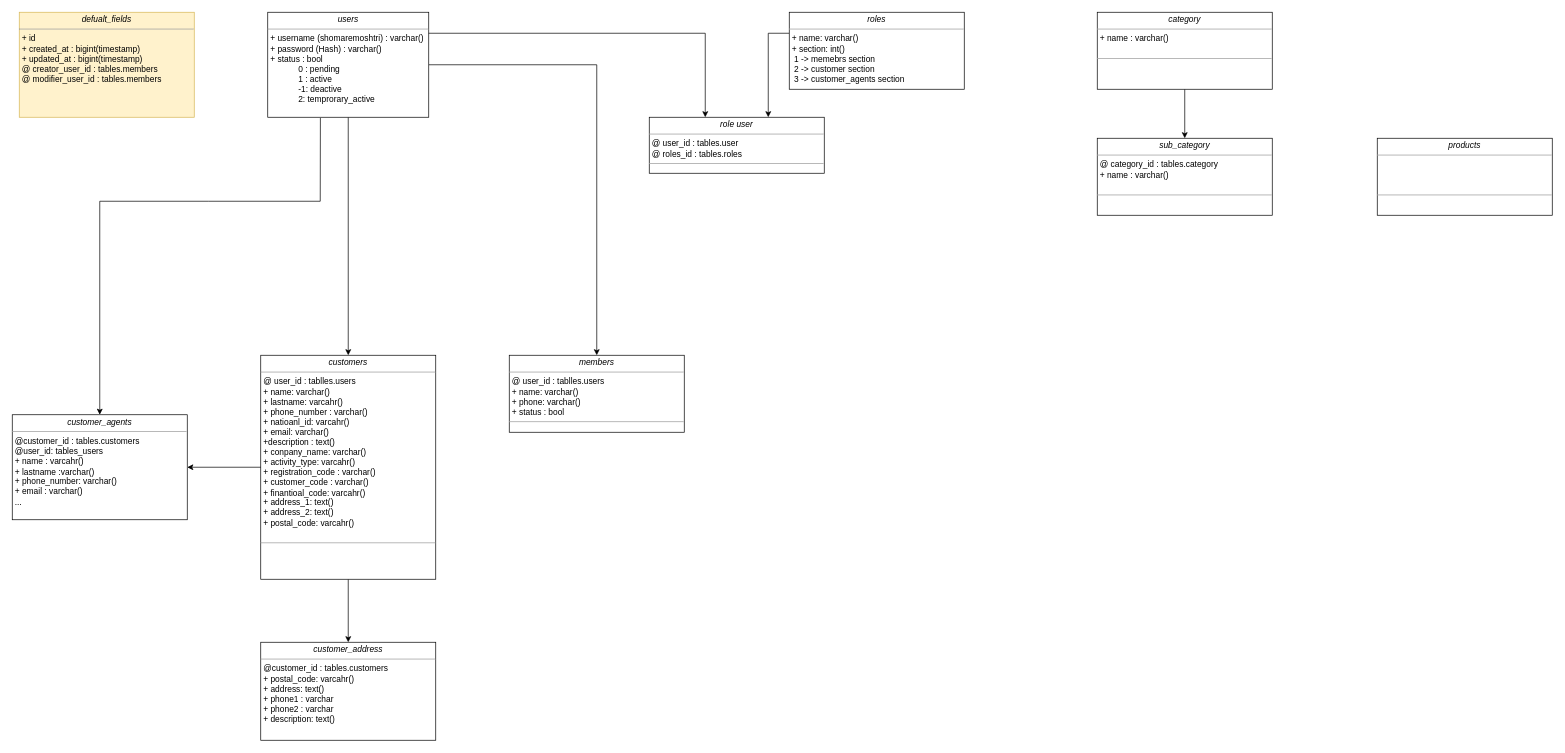
Earlier version of the draw.io diagram negarhak.drawio (MeysamRT76/negarhak-db-uml). Source tidied: cells renumbered, new cells numbered last; positions are measured from the earlier drawing's top-left corner, leaving out a move shared by most shapes. Both pictures are drawn from the tidied source at 70%, with x=0, y=0 at pixel (12, 12).
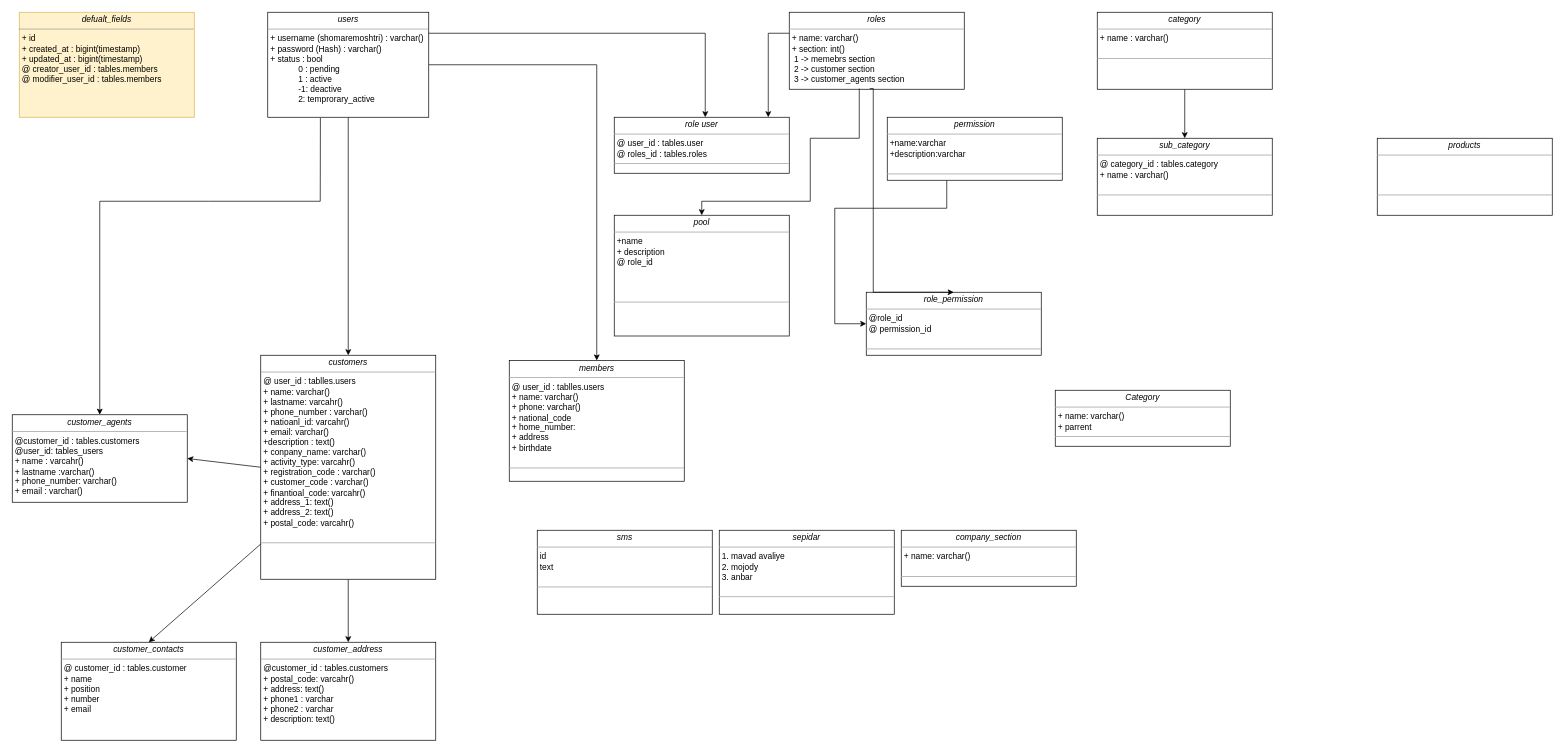
The same diagram, later.

Unchanged cells that the change refers to:
```xml
<mxCell id="8" value="&lt;p style=&quot;margin:0px;margin-top:4px;text-align:center;&quot;&gt;&lt;i&gt;roles&lt;/i&gt;&lt;/p&gt;&lt;hr size=&quot;1&quot;&gt;&lt;p style=&quot;margin:0px;margin-left:4px;&quot;&gt;&lt;span style=&quot;background-color: initial;&quot;&gt;+ name: varchar()&lt;/span&gt;&lt;/p&gt;&lt;p style=&quot;margin:0px;margin-left:4px;&quot;&gt;&lt;span style=&quot;background-color: initial;&quot;&gt;+ section: int()&lt;/span&gt;&lt;/p&gt;&lt;p style=&quot;margin:0px;margin-left:4px;&quot;&gt;&lt;span style=&quot;background-color: initial;&quot;&gt;&lt;span style=&quot;white-space: pre;&quot;&gt; &lt;/span&gt;1 -&amp;gt; memebrs section&lt;br&gt;&lt;/span&gt;&lt;/p&gt;&lt;p style=&quot;margin:0px;margin-left:4px;&quot;&gt;&lt;span style=&quot;background-color: initial;&quot;&gt;&lt;span style=&quot;white-space: pre;&quot;&gt; &lt;/span&gt;2 -&amp;gt; customer section&lt;br&gt;&lt;/span&gt;&lt;/p&gt;&lt;p style=&quot;margin:0px;margin-left:4px;&quot;&gt;&lt;span style=&quot;background-color: initial;&quot;&gt;&lt;span style=&quot;white-space: pre;&quot;&gt; &lt;/span&gt;3 -&amp;gt; customer_agents section&lt;br&gt;&lt;/span&gt;&lt;/p&gt;&lt;p style=&quot;margin:0px;margin-left:4px;&quot;&gt;&lt;br&gt;&lt;/p&gt;&lt;hr size=&quot;1&quot;&gt;&lt;p style=&quot;margin:0px;margin-left:4px;&quot;&gt;&lt;br&gt;&lt;/p&gt;" style="verticalAlign=top;align=left;overflow=fill;fontSize=12;fontFamily=Helvetica;html=1;rounded=0;shadow=0;comic=0;labelBackgroundColor=none;strokeWidth=1;" parent="1" vertex="1">
  <mxGeometry x="1110" width="250" height="110" as="geometry" />
</mxCell>
<mxCell id="11" value="&lt;p style=&quot;margin:0px;margin-top:4px;text-align:center;&quot;&gt;&lt;i&gt;customers&lt;/i&gt;&lt;/p&gt;&lt;hr size=&quot;1&quot;&gt;&lt;p style=&quot;margin:0px;margin-left:4px;&quot;&gt;@ user_id : tablles.users&lt;/p&gt;&lt;p style=&quot;margin:0px;margin-left:4px;&quot;&gt;+ name: varchar()&lt;/p&gt;&lt;p style=&quot;margin:0px;margin-left:4px;&quot;&gt;+ lastname: varcahr()&lt;/p&gt;&lt;p style=&quot;margin:0px;margin-left:4px;&quot;&gt;+ phone_number : varchar()&lt;/p&gt;&lt;p style=&quot;margin:0px;margin-left:4px;&quot;&gt;+ natioanl_id: varcahr()&lt;/p&gt;&lt;p style=&quot;margin:0px;margin-left:4px;&quot;&gt;+ email: varchar()&lt;/p&gt;&lt;p style=&quot;margin:0px;margin-left:4px;&quot;&gt;+description : text()&lt;/p&gt;&lt;p style=&quot;margin:0px;margin-left:4px;&quot;&gt;+ conpany_name: varchar()&lt;/p&gt;&lt;p style=&quot;margin:0px;margin-left:4px;&quot;&gt;+ activity_type: varcahr()&lt;/p&gt;&lt;p style=&quot;margin:0px;margin-left:4px;&quot;&gt;+ registration_code : varchar()&lt;/p&gt;&lt;p style=&quot;margin:0px;margin-left:4px;&quot;&gt;+ customer_code : varchar()&lt;/p&gt;&lt;p style=&quot;margin:0px;margin-left:4px;&quot;&gt;+ finantioal_code: varcahr()&lt;/p&gt;&lt;p style=&quot;margin:0px;margin-left:4px;&quot;&gt;+ address_1: text()&lt;/p&gt;&lt;p style=&quot;margin:0px;margin-left:4px;&quot;&gt;+ address_2: text()&lt;br&gt;&lt;/p&gt;&lt;p style=&quot;margin:0px;margin-left:4px;&quot;&gt;+ postal_code: varcahr()&lt;/p&gt;&lt;p style=&quot;margin:0px;margin-left:4px;&quot;&gt;&lt;br&gt;&lt;/p&gt;&lt;hr size=&quot;1&quot;&gt;&lt;p style=&quot;margin:0px;margin-left:4px;&quot;&gt;&lt;br&gt;&lt;/p&gt;" style="verticalAlign=top;align=left;overflow=fill;fontSize=12;fontFamily=Helvetica;html=1;rounded=0;shadow=0;comic=0;labelBackgroundColor=none;strokeWidth=1;" parent="1" vertex="1">
  <mxGeometry x="355" y="490" width="250" height="320" as="geometry" />
</mxCell>
```

The edit, as a diff of the source:
```diff
@@
-    <mxCell id="6" value="&lt;p style=&quot;margin:0px;margin-top:4px;text-align:center;&quot;&gt;&lt;i&gt;members&lt;/i&gt;&lt;/p&gt;&lt;hr size=&quot;1&quot;&gt;&lt;p style=&quot;margin:0px;margin-left:4px;&quot;&gt;@ user_id : tablles.users&lt;/p&gt;&lt;p style=&quot;margin:0px;margin-left:4px;&quot;&gt;+ name: varchar()&lt;/p&gt;&lt;p style=&quot;margin:0px;margin-left:4px;&quot;&gt;+ phone: varchar()&lt;/p&gt;&lt;p style=&quot;margin:0px;margin-left:4px;&quot;&gt;+ status : bool&lt;/p&gt;&lt;hr size=&quot;1&quot;&gt;&lt;p style=&quot;margin:0px;margin-left:4px;&quot;&gt;&lt;br&gt;&lt;/p&gt;" style="verticalAlign=top;align=left;overflow=fill;fontSize=12;fontFamily=Helvetica;html=1;rounded=0;shadow=0;comic=0;labelBackgroundColor=none;strokeWidth=1;" parent="1" vertex="1">
-      <mxGeometry x="710" y="490" width="250" height="110" as="geometry" />
+    <mxCell id="6" value="&lt;p style=&quot;margin:0px;margin-top:4px;text-align:center;&quot;&gt;&lt;i&gt;members&lt;/i&gt;&lt;/p&gt;&lt;hr size=&quot;1&quot;&gt;&lt;p style=&quot;margin:0px;margin-left:4px;&quot;&gt;@ user_id : tablles.users&lt;/p&gt;&lt;p style=&quot;margin:0px;margin-left:4px;&quot;&gt;+ name: varchar()&lt;/p&gt;&lt;p style=&quot;margin:0px;margin-left:4px;&quot;&gt;+ phone: varchar()&lt;/p&gt;&lt;p style=&quot;margin:0px;margin-left:4px;&quot;&gt;+ national_code&lt;/p&gt;&lt;p style=&quot;margin:0px;margin-left:4px;&quot;&gt;+ home_number:&lt;/p&gt;&lt;p style=&quot;margin:0px;margin-left:4px;&quot;&gt;+ address&lt;/p&gt;&lt;p style=&quot;margin:0px;margin-left:4px;&quot;&gt;+ birthdate&lt;/p&gt;&lt;p style=&quot;margin:0px;margin-left:4px;&quot;&gt;&lt;br&gt;&lt;/p&gt;&lt;hr size=&quot;1&quot;&gt;&lt;p style=&quot;margin:0px;margin-left:4px;&quot;&gt;&lt;br&gt;&lt;/p&gt;" style="verticalAlign=top;align=left;overflow=fill;fontSize=12;fontFamily=Helvetica;html=1;rounded=0;shadow=0;comic=0;labelBackgroundColor=none;strokeWidth=1;" parent="1" vertex="1">
+      <mxGeometry x="710" y="497.5" width="250" height="172.5" as="geometry" />
     </mxCell>
@@
     <mxCell id="9" value="&lt;p style=&quot;margin:0px;margin-top:4px;text-align:center;&quot;&gt;&lt;i&gt;role user&lt;/i&gt;&lt;br&gt;&lt;/p&gt;&lt;hr size=&quot;1&quot;&gt;&lt;p style=&quot;margin:0px;margin-left:4px;&quot;&gt;&lt;span style=&quot;background-color: initial;&quot;&gt;@ user_id : tables.user&lt;/span&gt;&lt;/p&gt;&lt;p style=&quot;margin:0px;margin-left:4px;&quot;&gt;@ roles_id : tables.roles&lt;/p&gt;&lt;hr size=&quot;1&quot;&gt;&lt;p style=&quot;margin:0px;margin-left:4px;&quot;&gt;&lt;br&gt;&lt;/p&gt;" style="verticalAlign=top;align=left;overflow=fill;fontSize=12;fontFamily=Helvetica;html=1;rounded=0;shadow=0;comic=0;labelBackgroundColor=none;strokeWidth=1;" parent="1" vertex="1">
-      <mxGeometry x="910" y="150" width="250" height="80" as="geometry" />
+      <mxGeometry x="860" y="150" width="250" height="80" as="geometry" />
     </mxCell>
@@
-    <mxCell id="13" value="&lt;p style=&quot;margin:0px;margin-top:4px;text-align:center;&quot;&gt;&lt;i&gt;customer_agents&lt;/i&gt;&lt;/p&gt;&lt;hr size=&quot;1&quot;&gt;&lt;p style=&quot;margin:0px;margin-left:4px;&quot;&gt;@customer_id : tables.customers&lt;/p&gt;&lt;p style=&quot;margin:0px;margin-left:4px;&quot;&gt;@user_id: tables_users&lt;/p&gt;&lt;p style=&quot;margin:0px;margin-left:4px;&quot;&gt;+ name : varcahr()&lt;/p&gt;&lt;p style=&quot;margin:0px;margin-left:4px;&quot;&gt;+ lastname :varchar()&lt;/p&gt;&lt;p style=&quot;margin:0px;margin-left:4px;&quot;&gt;+ phone_number: varchar()&lt;/p&gt;&lt;p style=&quot;margin:0px;margin-left:4px;&quot;&gt;+ email : varchar()&lt;/p&gt;&lt;p style=&quot;margin:0px;margin-left:4px;&quot;&gt;...&lt;/p&gt;&lt;p style=&quot;margin:0px;margin-left:4px;&quot;&gt;&lt;br&gt;&lt;/p&gt;&lt;p style=&quot;margin:0px;margin-left:4px;&quot;&gt;&lt;br&gt;&lt;/p&gt;" style="verticalAlign=top;align=left;overflow=fill;fontSize=12;fontFamily=Helvetica;html=1;rounded=0;shadow=0;comic=0;labelBackgroundColor=none;strokeWidth=1;" parent="1" vertex="1">
-      <mxGeometry y="575" width="250" height="150" as="geometry" />
+    <mxCell id="13" value="&lt;p style=&quot;margin:0px;margin-top:4px;text-align:center;&quot;&gt;&lt;i&gt;customer_agents&lt;/i&gt;&lt;/p&gt;&lt;hr size=&quot;1&quot;&gt;&lt;p style=&quot;margin:0px;margin-left:4px;&quot;&gt;@customer_id : tables.customers&lt;/p&gt;&lt;p style=&quot;margin:0px;margin-left:4px;&quot;&gt;@user_id: tables_users&lt;/p&gt;&lt;p style=&quot;margin:0px;margin-left:4px;&quot;&gt;+ name : varcahr()&lt;/p&gt;&lt;p style=&quot;margin:0px;margin-left:4px;&quot;&gt;+ lastname :varchar()&lt;/p&gt;&lt;p style=&quot;margin:0px;margin-left:4px;&quot;&gt;+ phone_number: varchar()&lt;/p&gt;&lt;p style=&quot;margin:0px;margin-left:4px;&quot;&gt;+ email : varchar()&lt;/p&gt;&lt;p style=&quot;margin:0px;margin-left:4px;&quot;&gt;&lt;br&gt;&lt;/p&gt;&lt;p style=&quot;margin:0px;margin-left:4px;&quot;&gt;&lt;br&gt;&lt;/p&gt;" style="verticalAlign=top;align=left;overflow=fill;fontSize=12;fontFamily=Helvetica;html=1;rounded=0;shadow=0;comic=0;labelBackgroundColor=none;strokeWidth=1;" parent="1" vertex="1">
+      <mxGeometry y="575" width="250" height="125" as="geometry" />
     </mxCell>
@@
+    <mxCell id="21" value="&lt;p style=&quot;margin:0px;margin-top:4px;text-align:center;&quot;&gt;&lt;i&gt;company_section&lt;/i&gt;&lt;/p&gt;&lt;hr size=&quot;1&quot;&gt;&lt;p style=&quot;margin:0px;margin-left:4px;&quot;&gt;&lt;span style=&quot;background-color: initial;&quot;&gt;+ name: varchar()&lt;/span&gt;&lt;/p&gt;&lt;p style=&quot;margin:0px;margin-left:4px;&quot;&gt;&lt;br&gt;&lt;/p&gt;&lt;hr size=&quot;1&quot;&gt;&lt;p style=&quot;margin:0px;margin-left:4px;&quot;&gt;&lt;br&gt;&lt;/p&gt;" style="verticalAlign=top;align=left;overflow=fill;fontSize=12;fontFamily=Helvetica;html=1;rounded=0;shadow=0;comic=0;labelBackgroundColor=none;strokeWidth=1;" parent="1" vertex="1">
+      <mxGeometry x="1270" y="740" width="250" height="80" as="geometry" />
+    </mxCell>
+    <mxCell id="22" value="&lt;p style=&quot;margin:0px;margin-top:4px;text-align:center;&quot;&gt;&lt;i&gt;Category&lt;/i&gt;&lt;/p&gt;&lt;hr size=&quot;1&quot;&gt;&lt;p style=&quot;margin:0px;margin-left:4px;&quot;&gt;&lt;span style=&quot;background-color: initial;&quot;&gt;+ name: varchar()&lt;/span&gt;&lt;/p&gt;&lt;p style=&quot;margin:0px;margin-left:4px;&quot;&gt;+ parrent&lt;/p&gt;&lt;hr size=&quot;1&quot;&gt;&lt;p style=&quot;margin:0px;margin-left:4px;&quot;&gt;&lt;br&gt;&lt;/p&gt;" style="verticalAlign=top;align=left;overflow=fill;fontSize=12;fontFamily=Helvetica;html=1;rounded=0;shadow=0;comic=0;labelBackgroundColor=none;strokeWidth=1;" parent="1" vertex="1">
+      <mxGeometry x="1490" y="540" width="250" height="80" as="geometry" />
+    </mxCell>
+    <mxCell id="23" value="&lt;p style=&quot;margin:0px;margin-top:4px;text-align:center;&quot;&gt;&lt;i&gt;sepidar&lt;/i&gt;&lt;/p&gt;&lt;hr size=&quot;1&quot;&gt;&lt;p style=&quot;margin:0px;margin-left:4px;&quot;&gt;1. mavad avaliye&lt;/p&gt;&lt;p style=&quot;margin:0px;margin-left:4px;&quot;&gt;2. mojody&lt;/p&gt;&lt;p style=&quot;margin:0px;margin-left:4px;&quot;&gt;3. anbar&lt;/p&gt;&lt;p style=&quot;margin:0px;margin-left:4px;&quot;&gt;&lt;br&gt;&lt;/p&gt;&lt;hr size=&quot;1&quot;&gt;&lt;p style=&quot;margin:0px;margin-left:4px;&quot;&gt;&lt;br&gt;&lt;/p&gt;" style="verticalAlign=top;align=left;overflow=fill;fontSize=12;fontFamily=Helvetica;html=1;rounded=0;shadow=0;comic=0;labelBackgroundColor=none;strokeWidth=1;" parent="1" vertex="1">
+      <mxGeometry x="1010" y="740" width="250" height="120" as="geometry" />
+    </mxCell>
+    <mxCell id="24" value="&lt;p style=&quot;margin:0px;margin-top:4px;text-align:center;&quot;&gt;&lt;i&gt;sms&lt;/i&gt;&lt;/p&gt;&lt;hr size=&quot;1&quot;&gt;&lt;p style=&quot;margin:0px;margin-left:4px;&quot;&gt;id&amp;nbsp;&lt;/p&gt;&lt;p style=&quot;margin:0px;margin-left:4px;&quot;&gt;text&lt;/p&gt;&lt;p style=&quot;margin:0px;margin-left:4px;&quot;&gt;&lt;br&gt;&lt;/p&gt;&lt;hr size=&quot;1&quot;&gt;&lt;p style=&quot;margin:0px;margin-left:4px;&quot;&gt;&lt;br&gt;&lt;/p&gt;" style="verticalAlign=top;align=left;overflow=fill;fontSize=12;fontFamily=Helvetica;html=1;rounded=0;shadow=0;comic=0;labelBackgroundColor=none;strokeWidth=1;" parent="1" vertex="1">
+      <mxGeometry x="750" y="740" width="250" height="120" as="geometry" />
+    </mxCell>
+    <mxCell id="25" value="&lt;p style=&quot;margin:0px;margin-top:4px;text-align:center;&quot;&gt;&lt;i&gt;customer_contacts&lt;/i&gt;&lt;/p&gt;&lt;hr size=&quot;1&quot;&gt;&lt;p style=&quot;margin:0px;margin-left:4px;&quot;&gt;@ customer_id : tables.customer&lt;/p&gt;&lt;p style=&quot;margin:0px;margin-left:4px;&quot;&gt;+ name&lt;/p&gt;&lt;p style=&quot;margin:0px;margin-left:4px;&quot;&gt;+ position&lt;/p&gt;&lt;p style=&quot;margin:0px;margin-left:4px;&quot;&gt;+ number&lt;/p&gt;&lt;p style=&quot;margin:0px;margin-left:4px;&quot;&gt;+ email&lt;/p&gt;&lt;p style=&quot;margin:0px;margin-left:4px;&quot;&gt;&lt;br&gt;&lt;/p&gt;" style="verticalAlign=top;align=left;overflow=fill;fontSize=12;fontFamily=Helvetica;html=1;rounded=0;shadow=0;comic=0;labelBackgroundColor=none;strokeWidth=1;" parent="1" vertex="1">
+      <mxGeometry x="70" y="900" width="250" height="140" as="geometry" />
+    </mxCell>
+    <mxCell id="26" style="endArrow=classic;html=1;rounded=0;entryX=0.5;entryY=0;entryDx=0;entryDy=0;" parent="1" edge="1" source="11" target="25">
+      <mxGeometry relative="1" as="geometry" />
+    </mxCell>
+    <mxCell id="27" style="edgeStyle=orthogonalEdgeStyle;rounded=0;jettySize=auto;html=1;" parent="1" edge="1" source="28" target="29">
+      <mxGeometry relative="1" as="geometry">
+        <Array as="points">
+          <mxPoint x="1335" y="280" />
+          <mxPoint x="1175" y="280" />
+        </Array>
+      </mxGeometry>
+    </mxCell>
+    <mxCell id="28" value="&lt;p style=&quot;margin:0px;margin-top:4px;text-align:center;&quot;&gt;&lt;i&gt;permission&lt;/i&gt;&lt;/p&gt;&lt;hr size=&quot;1&quot;&gt;&lt;p style=&quot;margin:0px;margin-left:4px;&quot;&gt;+name:varchar&lt;/p&gt;&lt;p style=&quot;margin:0px;margin-left:4px;&quot;&gt;+description:varchar&lt;/p&gt;&lt;p style=&quot;margin:0px;margin-left:4px;&quot;&gt;&lt;br&gt;&lt;/p&gt;&lt;hr size=&quot;1&quot;&gt;&lt;p style=&quot;margin:0px;margin-left:4px;&quot;&gt;&lt;br&gt;&lt;/p&gt;" style="verticalAlign=top;align=left;overflow=fill;fontSize=12;fontFamily=Helvetica;html=1;rounded=0;shadow=0;comic=0;labelBackgroundColor=none;strokeWidth=1;" parent="1" vertex="1">
+      <mxGeometry x="1250" y="150" width="250" height="90" as="geometry" />
+    </mxCell>
+    <mxCell id="29" value="&lt;p style=&quot;margin:0px;margin-top:4px;text-align:center;&quot;&gt;&lt;i&gt;role_permission&lt;/i&gt;&lt;/p&gt;&lt;hr size=&quot;1&quot;&gt;&lt;p style=&quot;margin:0px;margin-left:4px;&quot;&gt;@role_id&lt;/p&gt;&lt;p style=&quot;margin:0px;margin-left:4px;&quot;&gt;@ permission_id&lt;/p&gt;&lt;p style=&quot;margin:0px;margin-left:4px;&quot;&gt;&lt;br&gt;&lt;/p&gt;&lt;hr size=&quot;1&quot;&gt;&lt;p style=&quot;margin:0px;margin-left:4px;&quot;&gt;&lt;br&gt;&lt;/p&gt;" style="verticalAlign=top;align=left;overflow=fill;fontSize=12;fontFamily=Helvetica;html=1;rounded=0;shadow=0;comic=0;labelBackgroundColor=none;strokeWidth=1;" parent="1" vertex="1">
+      <mxGeometry x="1220" y="400" width="250" height="90" as="geometry" />
+    </mxCell>
+    <mxCell id="30" style="edgeStyle=orthogonalEdgeStyle;rounded=0;jettySize=auto;html=1;exitX=0.46;exitY=0.991;exitDx=0;exitDy=0;exitPerimeter=0;entryX=0.5;entryY=0;entryDx=0;entryDy=0;" parent="1" edge="1" source="8" target="29">
+      <mxGeometry relative="1" as="geometry">
+        <Array as="points">
+          <mxPoint x="1230" y="109" />
+          <mxPoint x="1230" y="400" />
+        </Array>
+      </mxGeometry>
+    </mxCell>
+    <mxCell id="31" value="&lt;p style=&quot;margin:0px;margin-top:4px;text-align:center;&quot;&gt;&lt;i&gt;pool&lt;/i&gt;&lt;/p&gt;&lt;hr size=&quot;1&quot;&gt;&lt;p style=&quot;margin:0px;margin-left:4px;&quot;&gt;+name&lt;/p&gt;&lt;p style=&quot;margin:0px;margin-left:4px;&quot;&gt;+ description&lt;/p&gt;&lt;p style=&quot;margin:0px;margin-left:4px;&quot;&gt;@ role_id&lt;/p&gt;&lt;p style=&quot;margin:0px;margin-left:4px;&quot;&gt;&lt;br&gt;&lt;/p&gt;&lt;p style=&quot;margin:0px;margin-left:4px;&quot;&gt;&lt;br&gt;&lt;/p&gt;&lt;p style=&quot;margin:0px;margin-left:4px;&quot;&gt;&lt;br&gt;&lt;/p&gt;&lt;hr size=&quot;1&quot;&gt;&lt;p style=&quot;margin:0px;margin-left:4px;&quot;&gt;&lt;br&gt;&lt;/p&gt;" style="verticalAlign=top;align=left;overflow=fill;fontSize=12;fontFamily=Helvetica;html=1;rounded=0;shadow=0;comic=0;labelBackgroundColor=none;strokeWidth=1;" parent="1" vertex="1">
+      <mxGeometry x="860" y="290" width="250" height="172.5" as="geometry" />
+    </mxCell>
+    <mxCell id="32" style="edgeStyle=orthogonalEdgeStyle;rounded=0;jettySize=auto;html=1;exitX=0.4;exitY=0.991;exitDx=0;exitDy=0;exitPerimeter=0;entryX=0.5;entryY=0;entryDx=0;entryDy=0;" parent="1" edge="1" source="8" target="31">
+      <mxGeometry relative="1" as="geometry">
+        <Array as="points">
+          <mxPoint x="1210" y="180" />
+          <mxPoint x="1140" y="180" />
+          <mxPoint x="1140" y="270" />
+          <mxPoint x="985" y="270" />
+        </Array>
+      </mxGeometry>
+    </mxCell>
```
